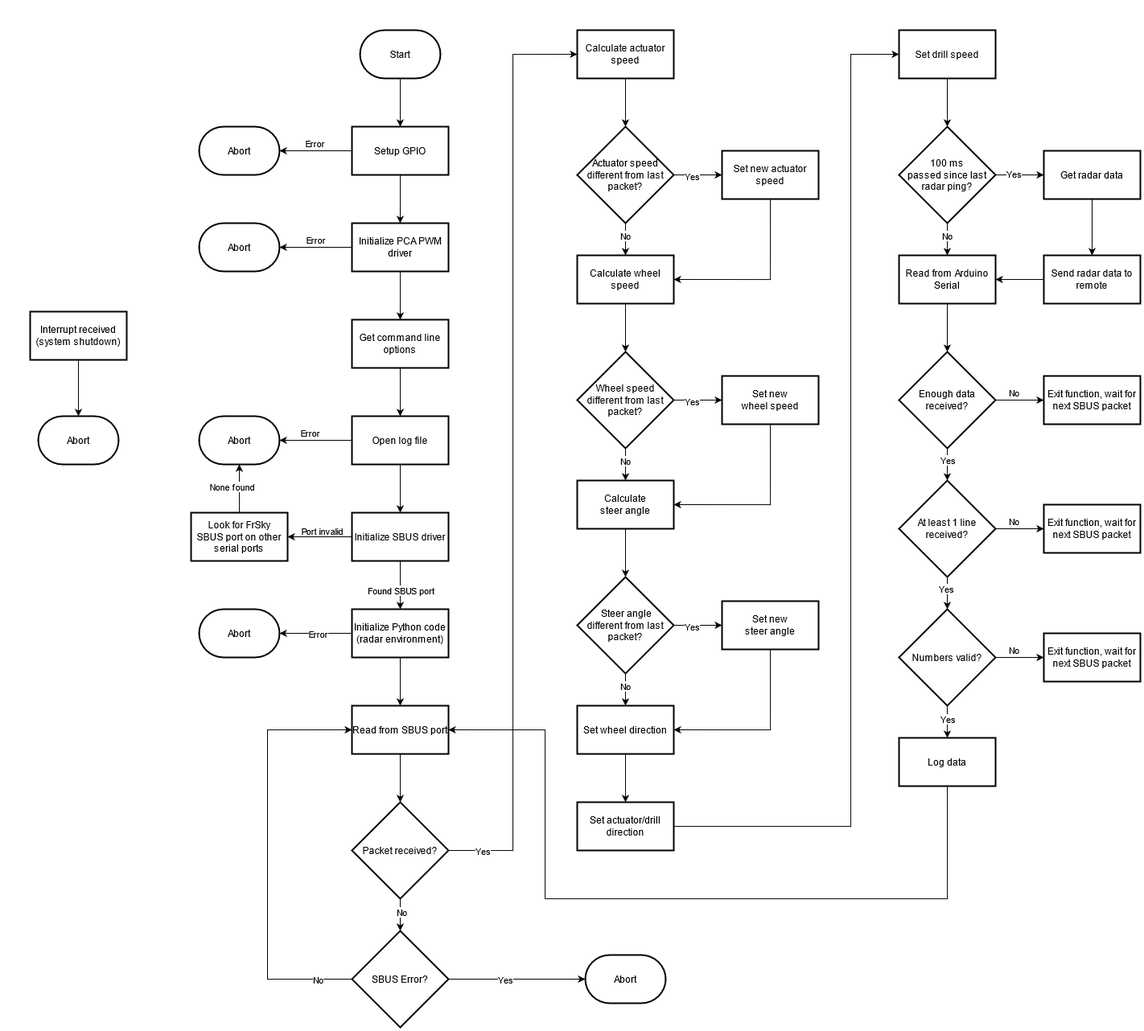
Earlier version of the draw.io export ROV Code overview.png (vrr8483/P21321). Source tidied: cells renumbered, new cells last; positions are measured from the earlier drawing's top-left corner, leaving out a move shared by most shapes.
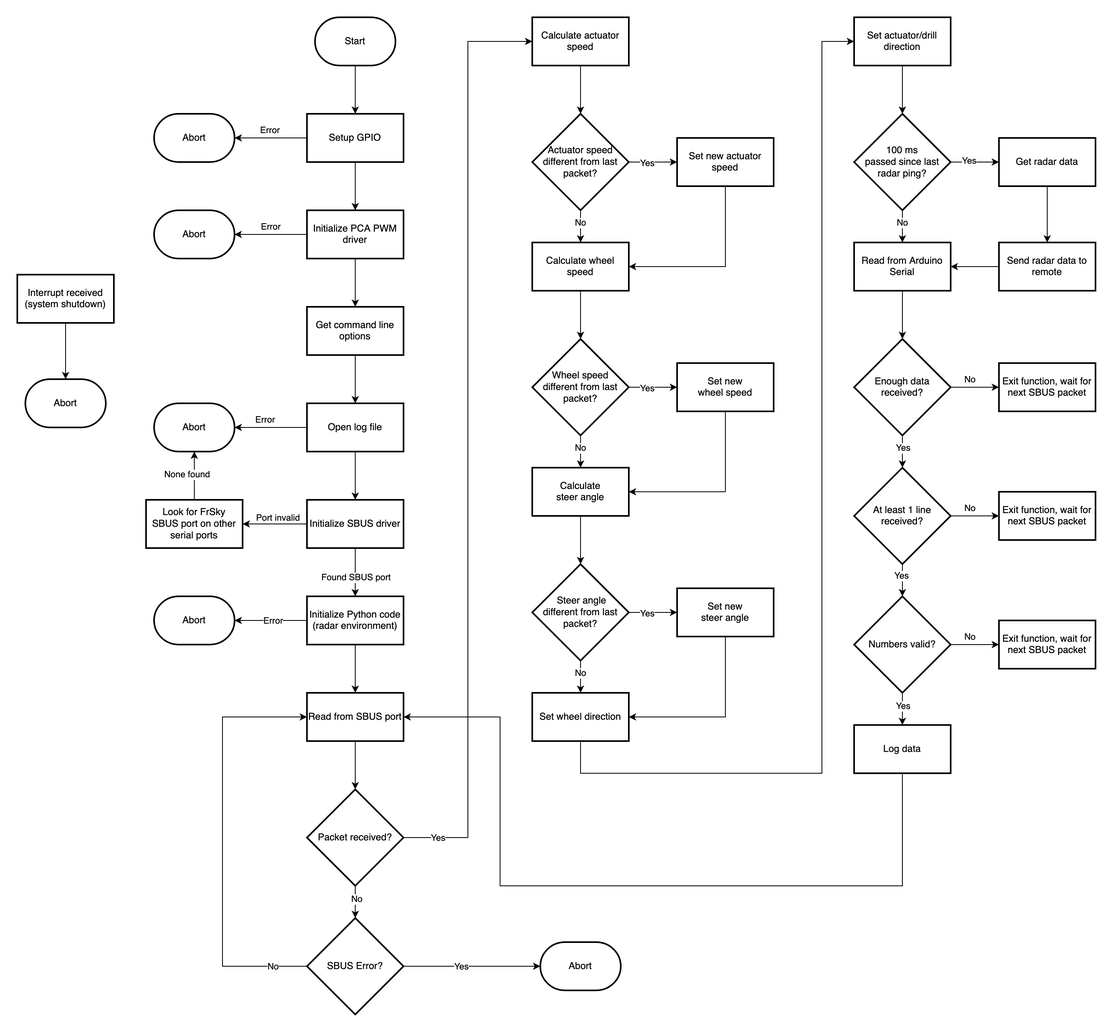
The same diagram one commit later.

The edit, as a diff of the source:
```diff
@@ -106,10 +106,10 @@
       <mxGeometry relative="1" as="geometry" />
     </mxCell>
     <mxCell id="33" value="Interrupt received (system shutdown)" style="whiteSpace=wrap;html=1;strokeWidth=2;" parent="1" vertex="1">
-      <mxGeometry y="350" width="120" height="60" as="geometry" />
+      <mxGeometry x="40" y="320" width="120" height="60" as="geometry" />
     </mxCell>
     <mxCell id="34" value="Abort" style="strokeWidth=2;html=1;shape=mxgraph.flowchart.terminator;whiteSpace=wrap;" parent="1" vertex="1">
-      <mxGeometry x="10" y="480" width="100" height="60" as="geometry" />
+      <mxGeometry x="50" y="450" width="100" height="60" as="geometry" />
     </mxCell>
     <mxCell id="35" style="edgeStyle=orthogonalEdgeStyle;rounded=0;jettySize=auto;html=1;" parent="1" edge="1" source="39" target="40">
       <mxGeometry relative="1" as="geometry" />
@@ -224,7 +224,7 @@
     <mxCell id="67" value="No" style="edgeStyle=orthogonalEdgeStyle;rounded=0;jettySize=auto;html=1;" parent="1" edge="1" source="68" target="72">
       <mxGeometry x="-0.2" relative="1" as="geometry" />
     </mxCell>
-    <mxCell id="68" value="Wheel speed different from last packet?" style="rhombus;whiteSpace=wrap;html=1;strokeWidth=2;" parent="1" vertex="1">
+    <mxCell id="68" value="&lt;div&gt;Wheel speed &lt;br&gt;&lt;/div&gt;&lt;div&gt;different from last packet?&lt;/div&gt;" style="rhombus;whiteSpace=wrap;html=1;strokeWidth=2;" parent="1" vertex="1">
       <mxGeometry x="680" y="400" width="120" height="120" as="geometry" />
     </mxCell>
     <mxCell id="69" style="edgeStyle=orthogonalEdgeStyle;rounded=0;jettySize=auto;html=1;entryX=1;entryY=0.5;entryDx=0;entryDy=0;exitX=0.5;exitY=1;exitDx=0;exitDy=0;" parent="1" edge="1" source="70" target="72">
@@ -257,29 +257,24 @@
     <mxCell id="78" value="&lt;div&gt;Set new &lt;br&gt;&lt;/div&gt;&lt;div&gt;steer angle&lt;/div&gt;" style="whiteSpace=wrap;html=1;strokeWidth=2;" parent="1" vertex="1">
       <mxGeometry x="860" y="710" width="120" height="60" as="geometry" />
     </mxCell>
-    <mxCell id="79" style="edgeStyle=orthogonalEdgeStyle;rounded=0;jettySize=auto;html=1;" parent="1" edge="1" source="80" target="82">
-      <mxGeometry relative="1" as="geometry" />
+    <mxCell id="79" style="edgeStyle=orthogonalEdgeStyle;rounded=0;jettySize=auto;html=1;exitX=0.5;exitY=1;exitDx=0;exitDy=0;" parent="1" edge="1" source="80" target="82">
+      <mxGeometry relative="1" as="geometry">
+        <Array as="points">
+          <mxPoint x="740" y="940" />
+          <mxPoint x="1040" y="940" />
+          <mxPoint x="1040" y="30" />
+        </Array>
+      </mxGeometry>
     </mxCell>
     <mxCell id="80" value="&lt;div&gt;Set wheel direction&lt;br&gt;&lt;/div&gt;" style="whiteSpace=wrap;html=1;strokeWidth=2;" parent="1" vertex="1">
       <mxGeometry x="680" y="840" width="120" height="60" as="geometry" />
     </mxCell>
-    <mxCell id="81" style="edgeStyle=orthogonalEdgeStyle;rounded=0;jettySize=auto;html=1;entryX=0;entryY=0.5;entryDx=0;entryDy=0;" parent="1" edge="1" source="82" target="84">
-      <mxGeometry relative="1" as="geometry">
-        <Array as="points">
-          <mxPoint x="1020" y="990" />
-          <mxPoint x="1020" y="30" />
-        </Array>
-      </mxGeometry>
-    </mxCell>
+    <mxCell id="110" style="edgeStyle=orthogonalEdgeStyle;rounded=0;jettySize=auto;html=1;" parent="1" edge="1" source="82" target="88">
+      <mxGeometry relative="1" as="geometry" />
+    </mxCell>
     <mxCell id="82" value="&lt;div&gt;Set actuator/drill direction&lt;/div&gt;" style="whiteSpace=wrap;html=1;strokeWidth=2;" parent="1" vertex="1">
-      <mxGeometry x="680" y="960" width="120" height="60" as="geometry" />
+      <mxGeometry x="1080" width="120" height="60" as="geometry" />
     </mxCell>
-    <mxCell id="83" style="edgeStyle=orthogonalEdgeStyle;rounded=0;jettySize=auto;html=1;" parent="1" edge="1" source="84" target="88">
-      <mxGeometry relative="1" as="geometry" />
-    </mxCell>
-    <mxCell id="84" value="Set drill speed" style="whiteSpace=wrap;html=1;strokeWidth=2;" parent="1" vertex="1">
-      <mxGeometry x="1080" width="120" height="60" as="geometry" />
-    </mxCell>
     <mxCell id="85" style="edgeStyle=orthogonalEdgeStyle;rounded=0;jettySize=auto;html=1;" parent="1" edge="1" source="88" target="90">
       <mxGeometry relative="1" as="geometry" />
     </mxCell>
```
